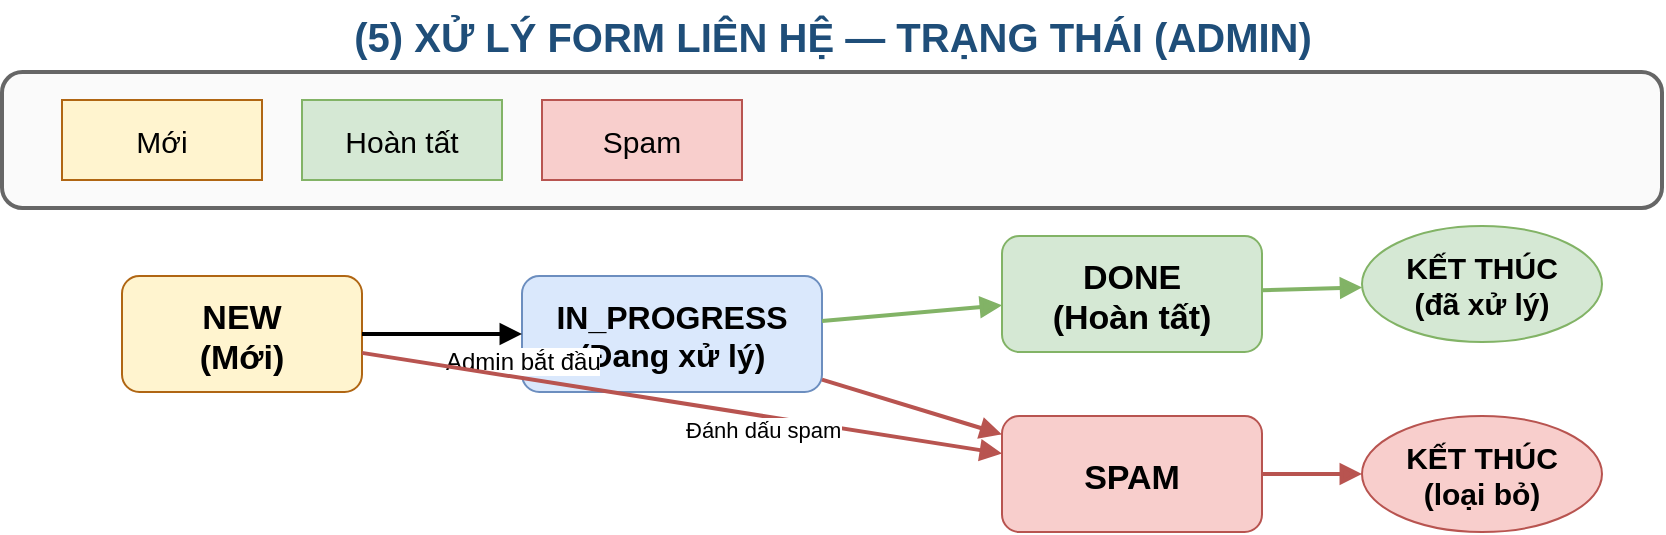
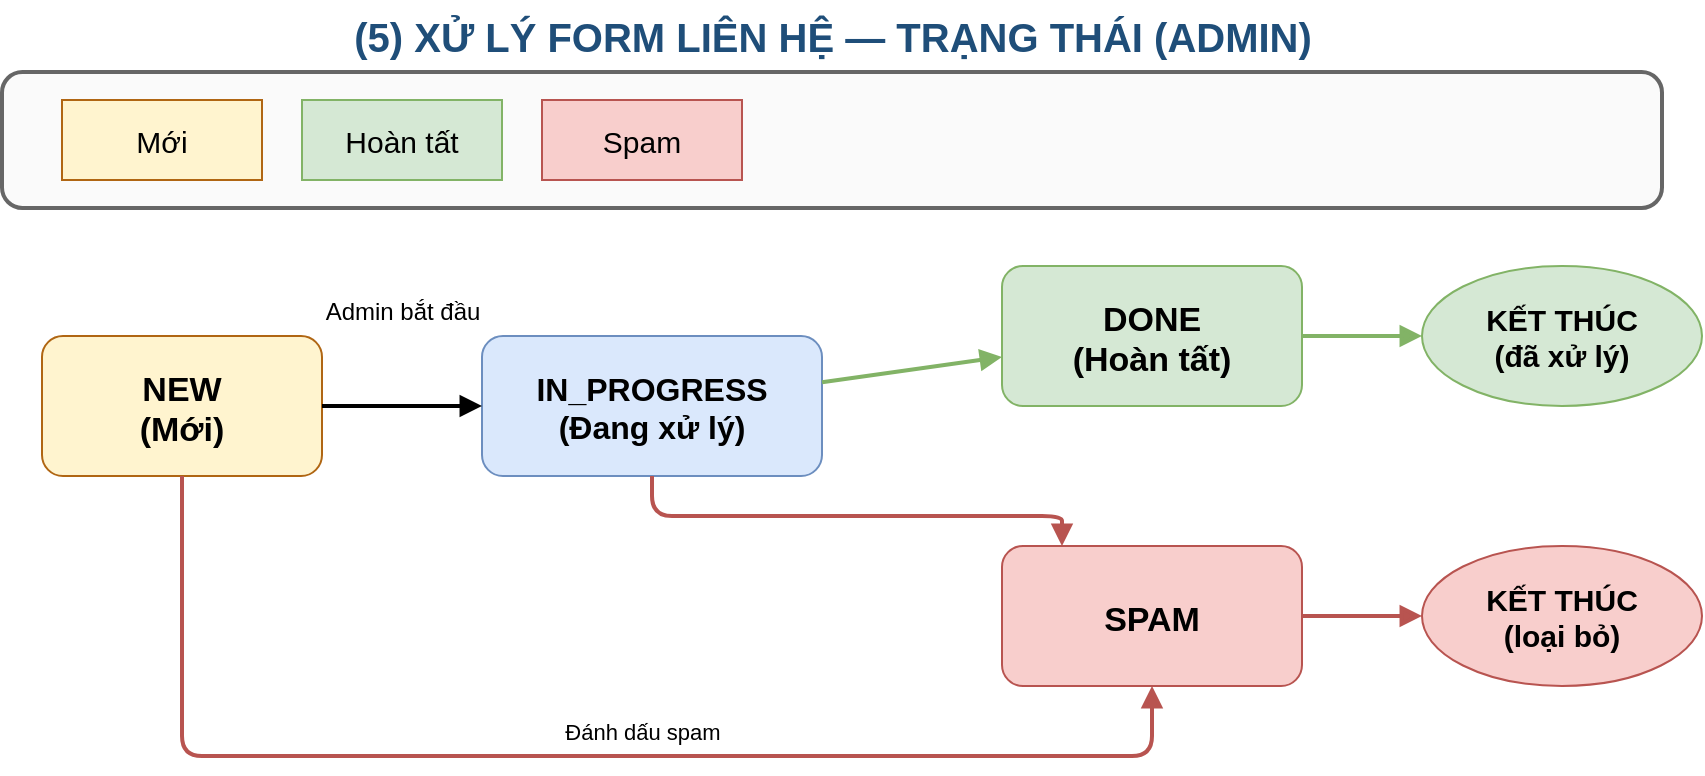
<mxfile host="app.diagrams.net" agent="Cursor">
  <diagram id="contact-state" name="Xu ly form admin">
-     <mxGraphModel dx="900" dy="500" grid="1" gridSize="10" guides="1" tooltips="1" connect="1" arrows="1" fold="1" page="1" pageScale="1" pageWidth="950" pageHeight="450" math="0" shadow="0">
+     <mxGraphModel dx="900" dy="500" grid="1" gridSize="10" guides="1" tooltips="1" connect="1" arrows="1" fold="1" page="1" pageScale="1" pageWidth="950" pageHeight="560" math="0" shadow="0">
      <root>
        <mxCell id="0" /><mxCell id="1" parent="0" />
        <mxCell id="title" parent="1" style="text;html=1;strokeColor=none;fillColor=none;align=center;fontSize=20;fontStyle=1;fontColor=#1F4E79;" value="(5) XỬ LÝ FORM LIÊN HỆ — TRẠNG THÁI (ADMIN)" vertex="1">
          <mxGeometry x="120" y="12" width="710" height="28" as="geometry" />
        </mxCell>
        <mxCell id="legend-frame" parent="1" style="rounded=1;fillColor=#FAFAFA;strokeColor=#666666;strokeWidth=2;" value="" vertex="1">
          <mxGeometry x="60" y="48" width="830" height="68" as="geometry" />
        </mxCell>
        <mxCell id="lg1" parent="1" style="rounded=0;fillColor=#FFF4CF;strokeColor=#B06613;fontSize=15;align=center;" value="Mới" vertex="1">
          <mxGeometry x="90" y="62" width="100" height="40" as="geometry" />
        </mxCell>
        <mxCell id="lg2" parent="1" style="rounded=0;fillColor=#D5E8D4;strokeColor=#82B366;fontSize=15;align=center;" value="Hoàn tất" vertex="1">
          <mxGeometry x="210" y="62" width="100" height="40" as="geometry" />
        </mxCell>
        <mxCell id="lg3" parent="1" style="rounded=0;fillColor=#F8CECC;strokeColor=#B85450;fontSize=15;align=center;" value="Spam" vertex="1">
          <mxGeometry x="330" y="62" width="100" height="40" as="geometry" />
        </mxCell>
        <mxCell id="new" parent="1" style="rounded=1;fillColor=#FFF4CF;strokeColor=#B06613;fontStyle=1;fontSize=17;align=center;" value="NEW&#xa;(Mới)" vertex="1">
-           <mxGeometry x="120" y="150" width="120" height="58" as="geometry" />
+           <mxGeometry x="80" y="180" width="140" height="70" as="geometry" />
        </mxCell>
        <mxCell id="prog" parent="1" style="rounded=1;fillColor=#DAE8FC;strokeColor=#6C8EBF;fontStyle=1;fontSize=16;align=center;" value="IN_PROGRESS&#xa;(Đang xử lý)" vertex="1">
-           <mxGeometry x="320" y="150" width="150" height="58" as="geometry" />
+           <mxGeometry x="300" y="180" width="170" height="70" as="geometry" />
        </mxCell>
        <mxCell id="done" parent="1" style="rounded=1;fillColor=#D5E8D4;strokeColor=#82B366;fontStyle=1;fontSize=17;align=center;" value="DONE&#xa;(Hoàn tất)" vertex="1">
-           <mxGeometry x="560" y="130" width="130" height="58" as="geometry" />
+           <mxGeometry x="560" y="145" width="150" height="70" as="geometry" />
        </mxCell>
        <mxCell id="spam" parent="1" style="rounded=1;fillColor=#F8CECC;strokeColor=#B85450;fontStyle=1;fontSize=17;align=center;" value="SPAM" vertex="1">
-           <mxGeometry x="560" y="220" width="130" height="58" as="geometry" />
+           <mxGeometry x="560" y="285" width="150" height="70" as="geometry" />
        </mxCell>
        <mxCell id="end-ok" parent="1" style="ellipse;fillColor=#D5E8D4;strokeColor=#82B366;fontStyle=1;fontSize=15;align=center;" value="KẾT THÚC&#xa;(đã xử lý)" vertex="1">
-           <mxGeometry x="740" y="125" width="120" height="58" as="geometry" />
+           <mxGeometry x="770" y="145" width="140" height="70" as="geometry" />
        </mxCell>
        <mxCell id="end-spam" parent="1" style="ellipse;fillColor=#F8CECC;strokeColor=#B85450;fontStyle=1;fontSize=15;align=center;" value="KẾT THÚC&#xa;(loại bỏ)" vertex="1">
-           <mxGeometry x="740" y="220" width="120" height="58" as="geometry" />
+           <mxGeometry x="770" y="285" width="140" height="70" as="geometry" />
        </mxCell>
        <mxCell id="e1" edge="1" parent="1" source="new" target="prog" style="endArrow=block;html=1;strokeWidth=2;">
          <mxGeometry relative="1" as="geometry" />
        </mxCell>
-         <mxCell id="e1l" connectable="0" parent="e1" style="edgeLabel;html=1;fontSize=12;" value="Admin bắt đầu" vertex="1"><mxGeometry relative="1" as="geometry"><mxPoint as="offset" /></mxGeometry></mxCell>
+         <mxCell id="e1l" parent="1" style="text;html=1;strokeColor=none;fillColor=none;align=center;fontSize=12;" value="Admin bắt đầu" vertex="1"><mxGeometry x="205" y="154" width="110" height="22" as="geometry" /></mxCell>
        <mxCell id="e2" edge="1" parent="1" source="prog" target="done" style="endArrow=block;strokeColor=#82B366;html=1;strokeWidth=2;">
          <mxGeometry relative="1" as="geometry" />
        </mxCell>
        <mxCell id="e3" edge="1" parent="1" source="done" target="end-ok" style="endArrow=block;strokeColor=#82B366;html=1;strokeWidth=2;">
          <mxGeometry relative="1" as="geometry" />
        </mxCell>
-         <mxCell id="e4" edge="1" parent="1" source="new" target="spam" style="endArrow=block;strokeColor=#B85450;html=1;strokeWidth=2;">
-           <mxGeometry relative="1" as="geometry" />
+         <mxCell id="e4" edge="1" parent="1" source="new" target="spam" style="edgeStyle=orthogonalEdgeStyle;rounded=1;orthogonalLoop=1;jettySize=auto;endArrow=block;strokeColor=#B85450;html=1;strokeWidth=2;exitX=0.5;exitY=1;entryX=0.5;entryY=1;">
+           <mxGeometry relative="1" as="geometry">
+             <Array as="points">
+               <mxPoint x="150" y="390" />
+               <mxPoint x="635" y="390" />
+             </Array>
+           </mxGeometry>
        </mxCell>
-         <mxCell id="e4l" connectable="0" parent="e4" style="edgeLabel;html=1;fontSize=11;" value="Đánh dấu spam" vertex="1"><mxGeometry relative="1" as="geometry"><mxPoint as="offset" /></mxGeometry></mxCell>
-         <mxCell id="e5" edge="1" parent="1" source="prog" target="spam" style="endArrow=block;strokeColor=#B85450;html=1;strokeWidth=2;">
-           <mxGeometry relative="1" as="geometry" />
+         <mxCell id="e4l" parent="1" style="text;html=1;strokeColor=none;fillColor=none;align=center;fontSize=11;" value="Đánh dấu spam" vertex="1"><mxGeometry x="320" y="365" width="120" height="22" as="geometry" /></mxCell>
+         <mxCell id="e5" edge="1" parent="1" source="prog" target="spam" style="edgeStyle=orthogonalEdgeStyle;rounded=1;orthogonalLoop=1;jettySize=auto;endArrow=block;strokeColor=#B85450;html=1;strokeWidth=2;exitX=0.5;exitY=1;entryX=0.2;entryY=0;">
+           <mxGeometry relative="1" as="geometry">
+             <Array as="points">
+               <mxPoint x="385" y="270" />
+               <mxPoint x="590" y="270" />
+             </Array>
+           </mxGeometry>
        </mxCell>
        <mxCell id="e6" edge="1" parent="1" source="spam" target="end-spam" style="endArrow=block;strokeColor=#B85450;html=1;strokeWidth=2;">
          <mxGeometry relative="1" as="geometry" />
        </mxCell>
      </root>
    </mxGraphModel>
  </diagram>
</mxfile>
